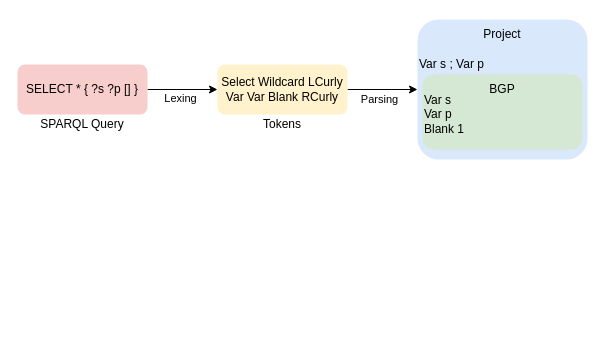
The draw.io diagram page "full" (1 of 3) of img/parse-and-lex.drawio in jitsedesmet/2025-semantics-traqula-slides, before the edit. Source tidied: cells renumbered, new cells numbered last; positions are measured from the earlier drawing's top-left corner, leaving out a move shared by most shapes. Both pictures are drawn from the tidied source at 100%, with x=0, y=0 at pixel (17, 19).
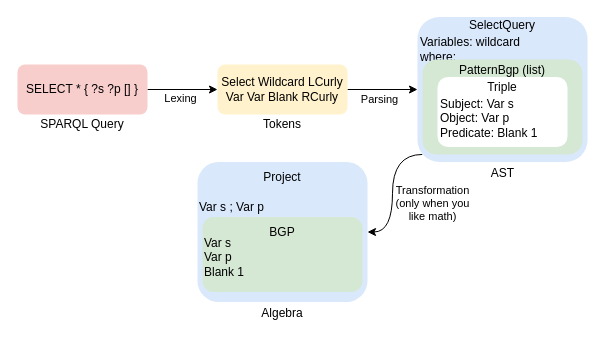
The same page after the edit.

The edit, as a diff of the source:
```diff
@@
+    <mxCell id="16" style="edgeStyle=orthogonalEdgeStyle;rounded=0;jettySize=auto;html=1;exitX=0.028;exitY=0.948;exitDx=0;exitDy=0;entryX=1;entryY=0.5;entryDx=0;entryDy=0;exitPerimeter=0;curved=1;" parent="1" edge="1" source="10" target="18">
+      <mxGeometry relative="1" as="geometry" />
+    </mxCell>
+    <mxCell id="17" value="Transformation&lt;br&gt;&lt;div&gt;(only when you&lt;/div&gt;&lt;div&gt;like math)&lt;/div&gt;" style="edgeLabel;html=1;align=center;verticalAlign=middle;" parent="16" vertex="1">
+      <mxGeometry x="0.11" y="1" relative="1" as="geometry">
+        <mxPoint x="38" y="5" as="offset" />
+      </mxGeometry>
+    </mxCell>
     <mxCell id="10" style="rounded=1;whiteSpace=wrap;html=1;fillColor=#dae8fc;strokeColor=none;" parent="1" vertex="1">
-      <mxGeometry x="400" width="170" height="140" as="geometry" />
+      <mxGeometry x="400" y="-2.5" width="170" height="145" as="geometry" />
     </mxCell>
-    <mxCell id="11" value="Project" style="text;html=1;align=center;verticalAlign=middle;whiteSpace=wrap;rounded=0;" parent="1" vertex="1">
-      <mxGeometry x="400" width="170" height="30" as="geometry" />
+    <mxCell id="11" value="SelectQuery" style="text;html=1;align=center;verticalAlign=middle;whiteSpace=wrap;rounded=0;" parent="1" vertex="1">
+      <mxGeometry x="400" y="-2.5" width="170" height="17.5" as="geometry" />
     </mxCell>
-    <mxCell id="12" value="Var s ; Var p" style="text;html=1;align=left;verticalAlign=middle;whiteSpace=wrap;rounded=0;" parent="1" vertex="1">
-      <mxGeometry x="400" y="30" width="170" height="30" as="geometry" />
+    <mxCell id="12" value="&lt;div&gt;Variables: wildcard&lt;/div&gt;where:" style="text;html=1;align=left;verticalAlign=middle;whiteSpace=wrap;rounded=0;" parent="1" vertex="1">
+      <mxGeometry x="401" y="15" width="170" height="30" as="geometry" />
     </mxCell>
     <mxCell id="13" style="rounded=1;whiteSpace=wrap;html=1;fillColor=#d5e8d4;strokeColor=none;" parent="1" vertex="1">
-      <mxGeometry x="405" y="55" width="160" height="75" as="geometry" />
+      <mxGeometry x="405" y="40" width="160" height="95" as="geometry" />
     </mxCell>
-    <mxCell id="14" value="BGP" style="text;html=1;align=center;verticalAlign=middle;whiteSpace=wrap;rounded=0;" parent="1" vertex="1">
-      <mxGeometry x="405" y="55" width="160" height="30" as="geometry" />
+    <mxCell id="14" value="PatternBgp (list)" style="text;html=1;align=center;verticalAlign=middle;whiteSpace=wrap;rounded=0;" parent="1" vertex="1">
+      <mxGeometry x="405" y="40" width="160" height="22.5" as="geometry" />
     </mxCell>
+    <mxCell id="18" style="rounded=1;whiteSpace=wrap;html=1;fillColor=#dae8fc;strokeColor=none;" parent="1" vertex="1">
+      <mxGeometry x="180" y="142.5" width="170" height="140" as="geometry" />
+    </mxCell>
+    <mxCell id="19" value="Project" style="text;html=1;align=center;verticalAlign=middle;whiteSpace=wrap;rounded=0;" parent="1" vertex="1">
+      <mxGeometry x="180" y="142.5" width="170" height="30" as="geometry" />
+    </mxCell>
+    <mxCell id="20" value="Var s ; Var p" style="text;html=1;align=left;verticalAlign=middle;whiteSpace=wrap;rounded=0;" parent="1" vertex="1">
+      <mxGeometry x="180" y="172.5" width="170" height="30" as="geometry" />
+    </mxCell>
+    <mxCell id="21" style="rounded=1;whiteSpace=wrap;html=1;fillColor=#d5e8d4;strokeColor=none;" parent="1" vertex="1">
+      <mxGeometry x="185" y="197.5" width="160" height="75" as="geometry" />
+    </mxCell>
+    <mxCell id="22" value="BGP" style="text;html=1;align=center;verticalAlign=middle;whiteSpace=wrap;rounded=0;" parent="1" vertex="1">
+      <mxGeometry x="185" y="197.5" width="160" height="30" as="geometry" />
+    </mxCell>
+    <mxCell id="23" value="&lt;div&gt;Var s&lt;/div&gt;&lt;div&gt;Var p&lt;/div&gt;Blank 1" style="text;html=1;align=left;verticalAlign=middle;whiteSpace=wrap;rounded=0;" parent="1" vertex="1">
+      <mxGeometry x="185" y="212.5" width="155" height="50" as="geometry" />
+    </mxCell>
+    <mxCell id="24" style="rounded=1;whiteSpace=wrap;html=1;strokeColor=none;" parent="1" vertex="1">
+      <mxGeometry x="420" y="57.5" width="130" height="70" as="geometry" />
+    </mxCell>
+    <mxCell id="25" value="Triple" style="text;html=1;align=center;verticalAlign=middle;whiteSpace=wrap;rounded=0;" parent="1" vertex="1">
+      <mxGeometry x="420" y="61.5" width="130" height="12.5" as="geometry" />
+    </mxCell>
-    <mxCell id="15" value="&lt;div&gt;Var s&lt;/div&gt;&lt;div&gt;Var p&lt;/div&gt;Blank 1" style="text;html=1;align=left;verticalAlign=middle;whiteSpace=wrap;rounded=0;" parent="1" vertex="1">
-      <mxGeometry x="405" y="70" width="155" height="50" as="geometry" />
+    <mxCell id="15" value="&lt;div&gt;Subject: Var s&amp;nbsp;&lt;/div&gt;&lt;div&gt;Object: Var p&lt;/div&gt;Predicate: Blank 1" style="text;html=1;align=left;verticalAlign=middle;whiteSpace=wrap;rounded=0;" parent="1" vertex="1">
+      <mxGeometry x="421" y="77.5" width="114" height="42.5" as="geometry" />
     </mxCell>
+    <mxCell id="26" value="AST" style="text;html=1;align=center;verticalAlign=middle;whiteSpace=wrap;rounded=0;" parent="1" vertex="1">
+      <mxGeometry x="401" y="142.5" width="169" height="22.5" as="geometry" />
+    </mxCell>
+    <mxCell id="27" value="Algebra" style="text;html=1;align=center;verticalAlign=middle;whiteSpace=wrap;rounded=0;" parent="1" vertex="1">
+      <mxGeometry x="180" y="282.5" width="170" height="22.5" as="geometry" />
+    </mxCell>
```
